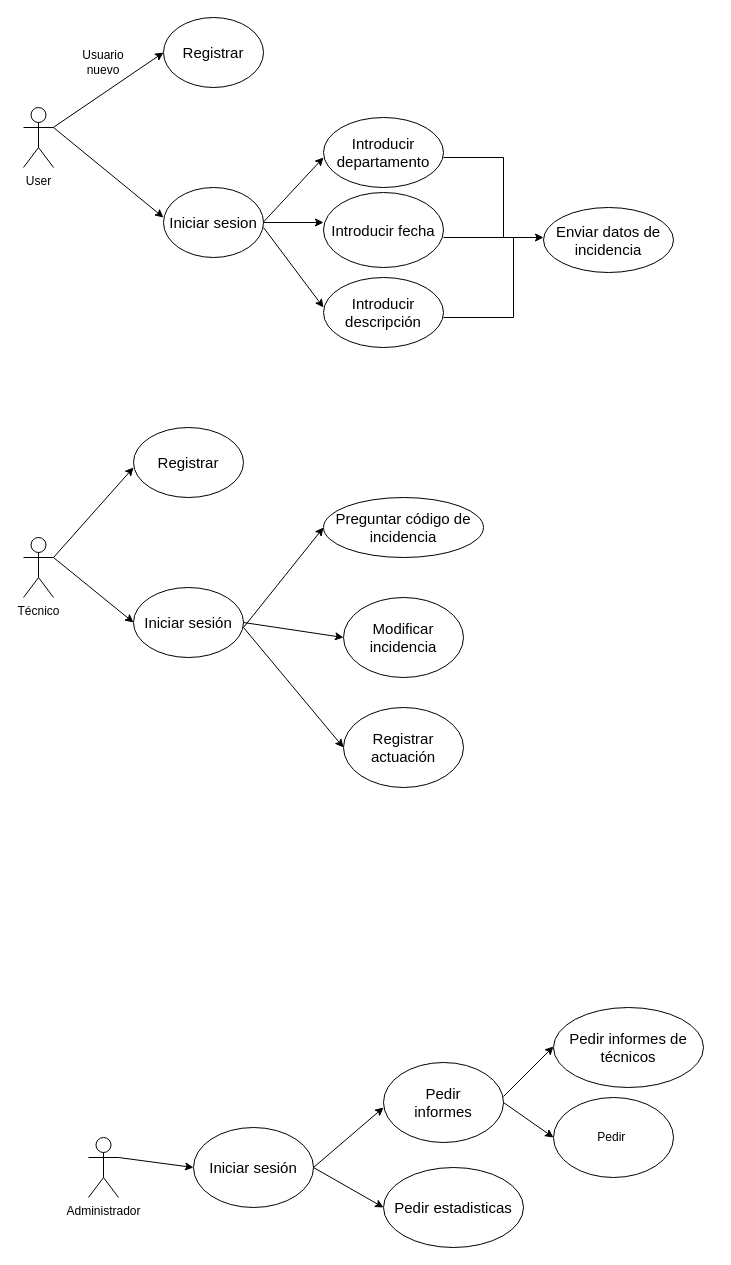
inspedralbes/projecte-1daw-24-25-daw1pj-ikeradrian keeps this draw.io diagram as Diagrama sense títol.drawio. Above is the earlier version. Source tidied: cells renumbered, new cells numbered last; positions are measured from the earlier drawing's top-left corner, leaving out a move shared by most shapes. Both pictures are drawn from the tidied source at 100%, with x=0, y=0 at pixel (23, 17).
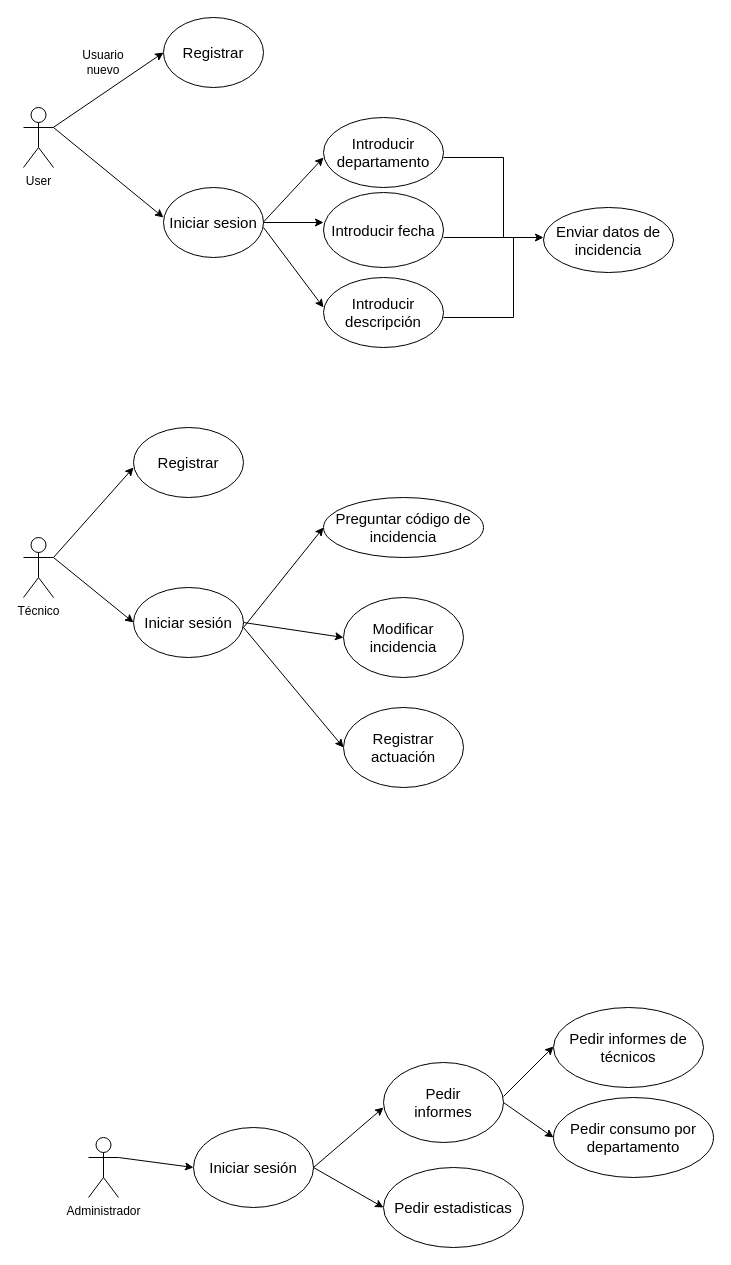
The same diagram, later.

Commit message:
Diagrama de casos de uso Adrian e Iker

Diff of the diagram source:
```diff
@@
-    <mxCell id="42" value="Pedir&amp;nbsp;" style="ellipse;whiteSpace=wrap;html=1;" parent="1" vertex="1">
-      <mxGeometry x="530" y="1080" width="120" height="80" as="geometry" />
+    <mxCell id="42" value="&lt;font style=&quot;font-size: 15px;&quot;&gt;Pedir consumo por departamento&lt;/font&gt;" style="ellipse;whiteSpace=wrap;html=1;" parent="1" vertex="1">
+      <mxGeometry x="530" y="1080" width="160" height="80" as="geometry" />
     </mxCell>
```
